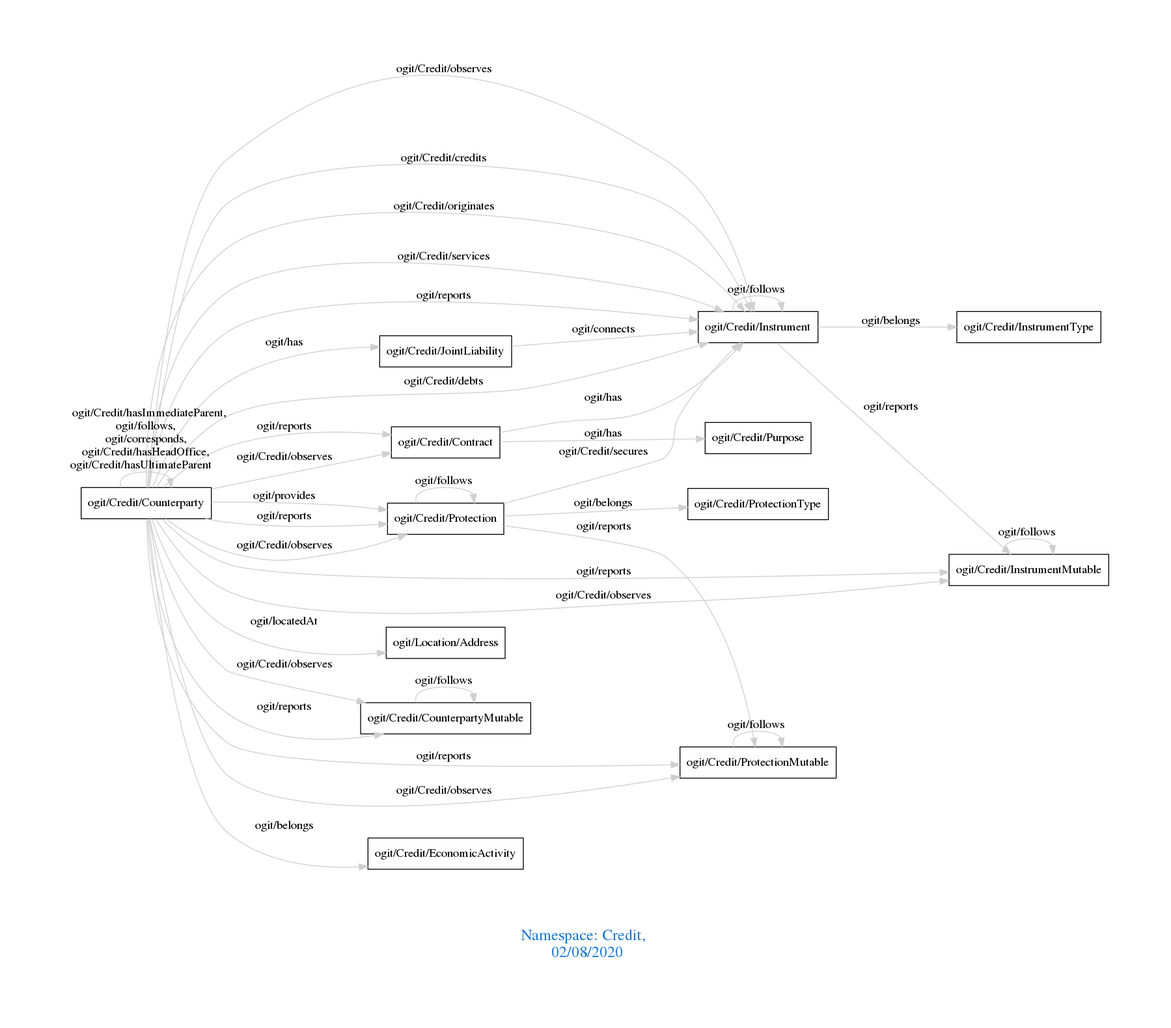
Before: downloads/Credit.png, a diagram exported from Graphviz (arago/OGIT). Its source is kept beside it as downloads/Credit.dot.
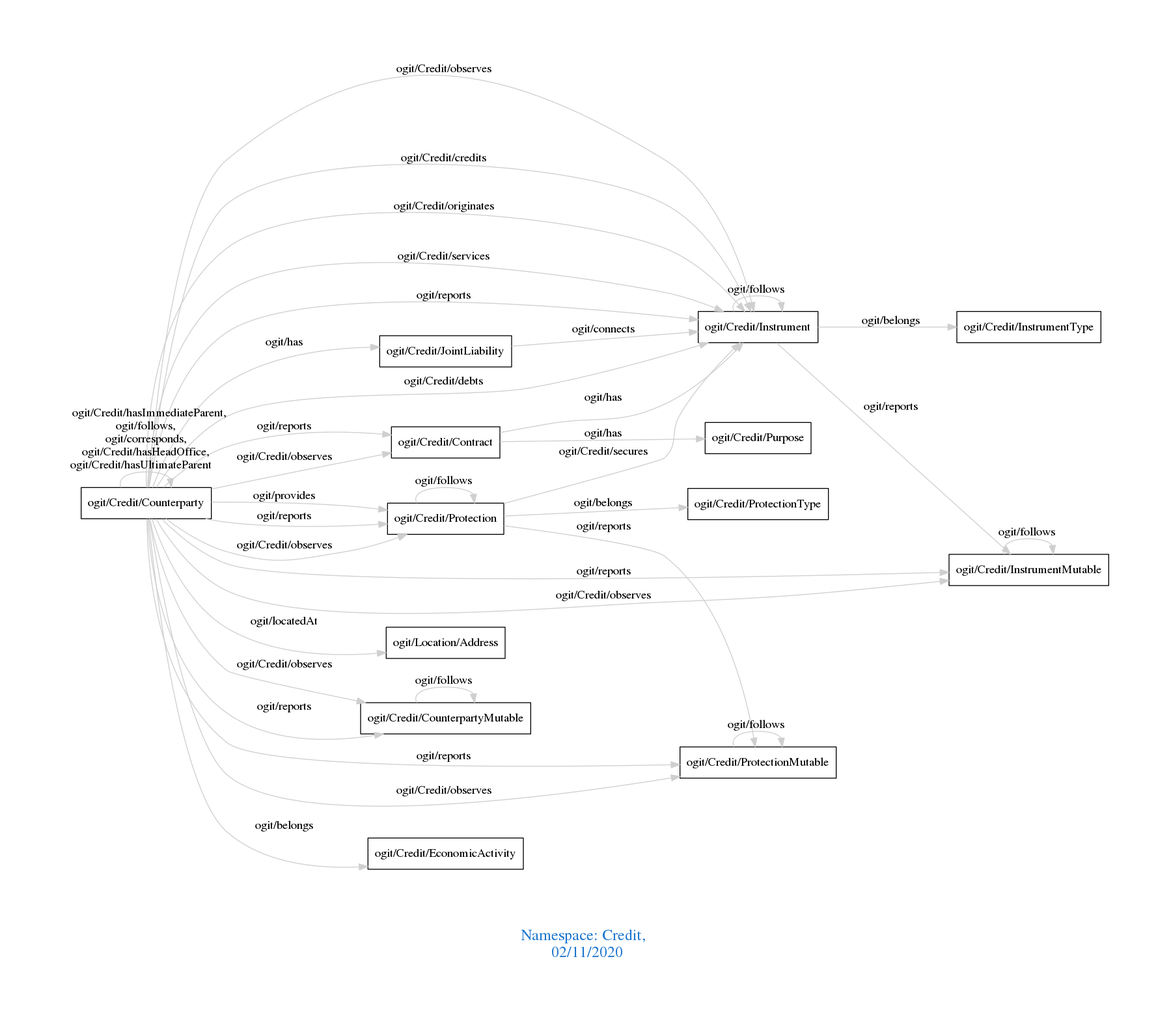
Above is the later version.

The edit, as a diff of the source:
```diff
@@ -1,7 +1,7 @@
 digraph OGIT_ontology {
  graph [ rankdir= LR,pad=1
 fontsize = 18,
-fontcolor= dodgerblue3,label = "\n\n\nNamespace: Credit, \n 02/08/2020"];
+fontcolor= dodgerblue3,label = "\n\n\nNamespace: Credit, \n 02/11/2020"];
 node[shape=polygon];
 edge [  color="gray81"];
 
```
